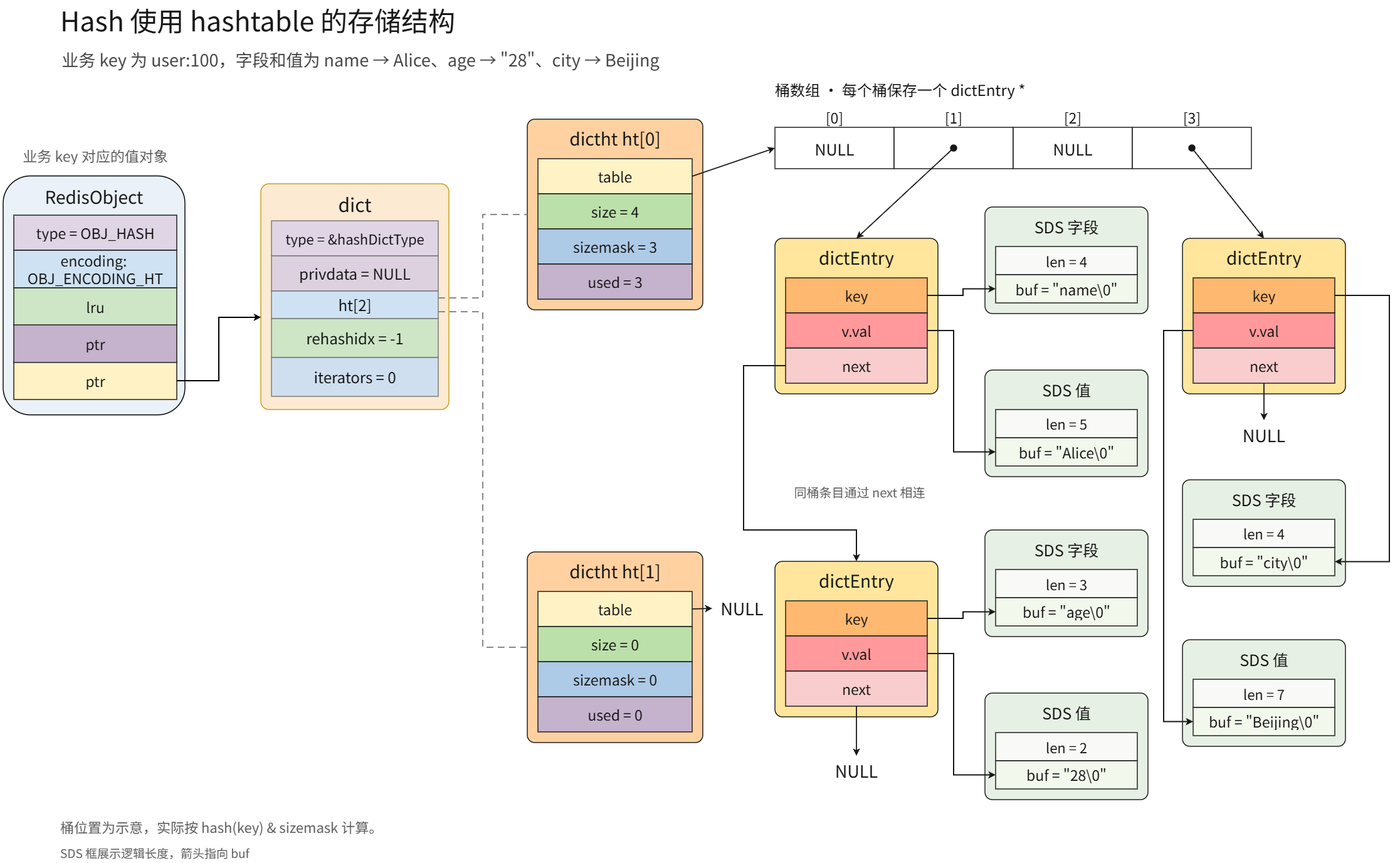
The draw.io diagram redis/Hash 使用 hashtable 时的存储结构.drawio.png in oHo404/imgrepo, before a commit. Source tidied: cells renumbered, new cells last; positions are measured from the earlier drawing's top-left corner, leaving out a move shared by most shapes.
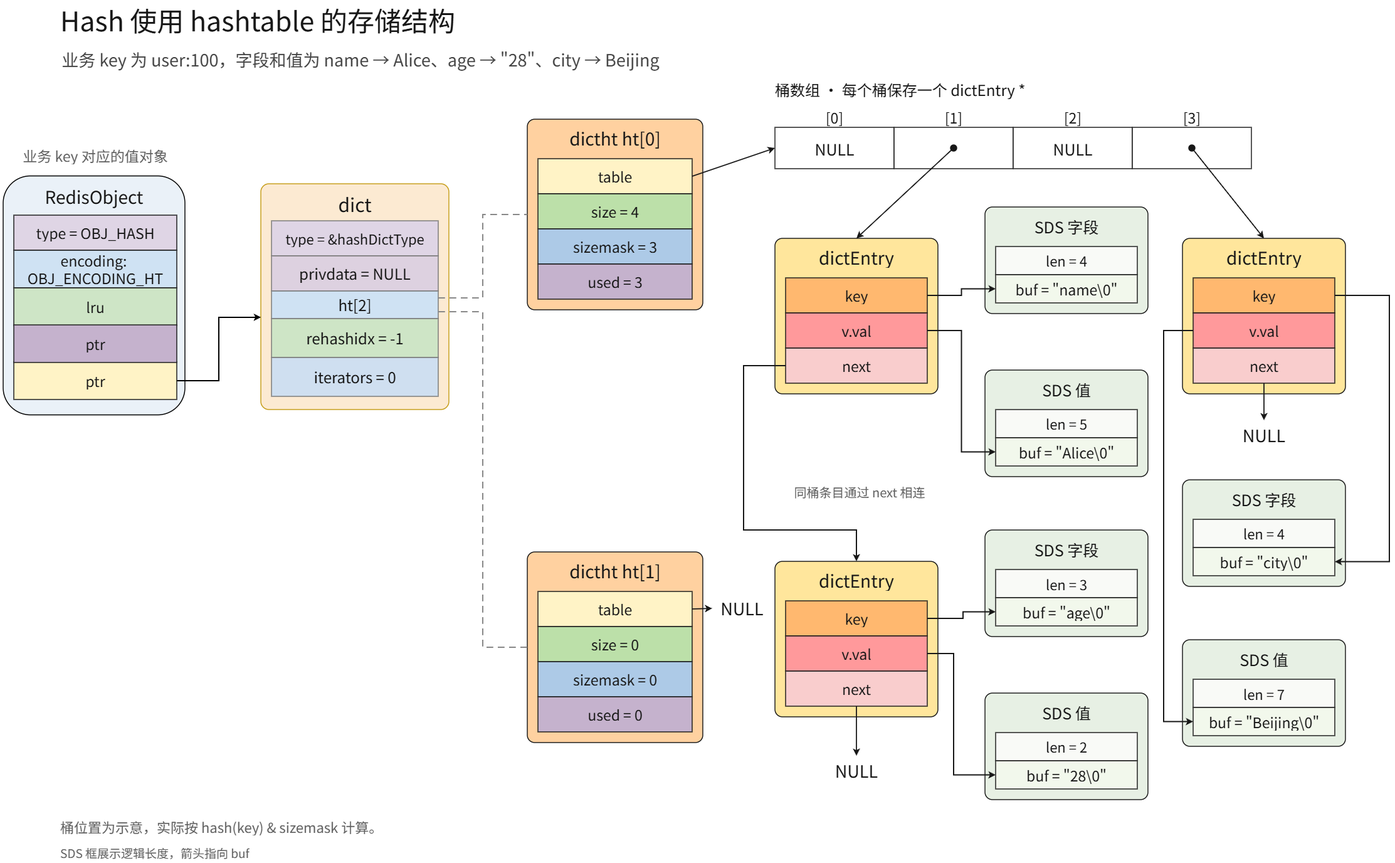
Above is the later version.

Commit message:
更新Hash 使用 hashtable 时的存储结构.drawio.png

The edit, as a diff of the source:
```diff
@@ -305,21 +305,11 @@
     <mxCell id="100" style="edgeStyle=none;rounded=0;html=0;startArrow=none;endArrow=classic;endFill=1;strokeColor=#171717;strokeWidth=1.8;dashed=0;dashPattern=6 4;exitX=0.5;exitY=1;entryX=0.5;entryY=0;exitPerimeter=0;entryPerimeter=0;" parent="1" edge="1" source="56" target="59">
       <mxGeometry relative="1" as="geometry" />
     </mxCell>
-    <mxCell id="101" style="edgeStyle=none;rounded=0;html=0;startArrow=none;endArrow=classic;endFill=1;strokeColor=#171717;strokeWidth=1.8;dashed=0;dashPattern=6 4;exitX=1;exitY=0.5;entryX=0;entryY=0.5;exitPerimeter=0;entryPerimeter=0;" parent="1" edge="1" source="42" target="64">
-      <mxGeometry relative="1" as="geometry">
-        <Array as="points">
-          <mxPoint x="1536" y="471" />
-          <mxPoint x="1536" y="460.5" />
-        </Array>
-      </mxGeometry>
+    <mxCell id="101" style="edgeStyle=orthogonalEdgeStyle;rounded=0;html=0;startArrow=none;endArrow=classic;endFill=1;strokeColor=#171717;strokeWidth=1.8;dashed=0;dashPattern=6 4;exitX=1;exitY=0.5;entryX=0;entryY=0.5;exitPerimeter=0;entryPerimeter=0;" parent="1" edge="1" source="42" target="64">
+      <mxGeometry relative="1" as="geometry" />
     </mxCell>
-    <mxCell id="102" style="edgeStyle=none;rounded=0;html=0;startArrow=none;endArrow=classic;endFill=1;strokeColor=#171717;strokeWidth=1.8;dashed=0;dashPattern=6 4;exitX=1;exitY=0.5;entryX=0;entryY=0.5;exitPerimeter=0;entryPerimeter=0;" parent="1" edge="1" source="43" target="69">
-      <mxGeometry relative="1" as="geometry">
-        <Array as="points">
-          <mxPoint x="1521" y="527" />
-          <mxPoint x="1521" y="720.5" />
-        </Array>
-      </mxGeometry>
+    <mxCell id="102" style="edgeStyle=orthogonalEdgeStyle;rounded=0;html=0;startArrow=none;endArrow=classic;endFill=1;strokeColor=#171717;strokeWidth=1.8;dashed=0;dashPattern=6 4;exitX=1;exitY=0.5;entryX=0;entryY=0.5;exitPerimeter=0;entryPerimeter=0;" parent="1" edge="1" source="43" target="69">
+      <mxGeometry relative="1" as="geometry" />
     </mxCell>
     <mxCell id="103" style="edgeStyle=none;rounded=0;html=0;startArrow=none;endArrow=classic;endFill=1;strokeColor=#171717;strokeWidth=1.8;dashed=0;dashPattern=6 4;exitX=1;exitY=0.5;entryX=0;entryY=0.5;exitPerimeter=0;entryPerimeter=0;" parent="1" edge="1" source="48" target="74">
       <mxGeometry relative="1" as="geometry">
```
